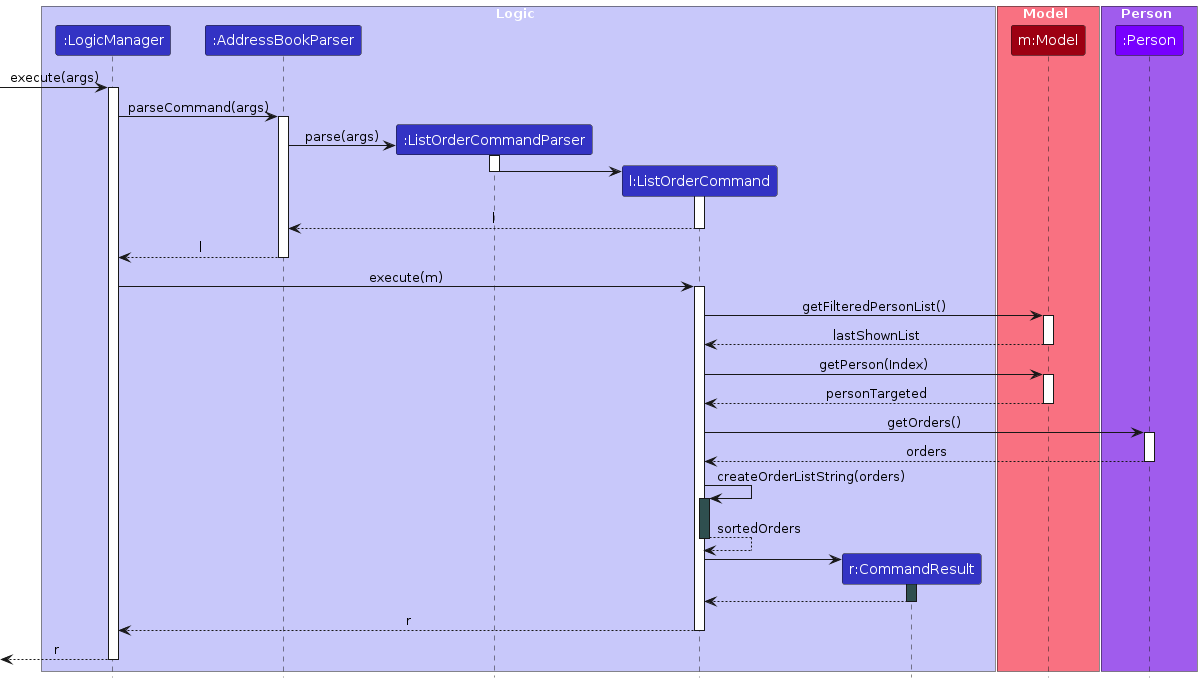
AY2324S2-CS2103T-T16-3/tp keeps this PlantUML diagram as diagrams/ListOrderSequenceDiagram.png. Above is the earlier version. Its source is kept beside it as diagrams/ListOrderSequenceDiagram.puml.
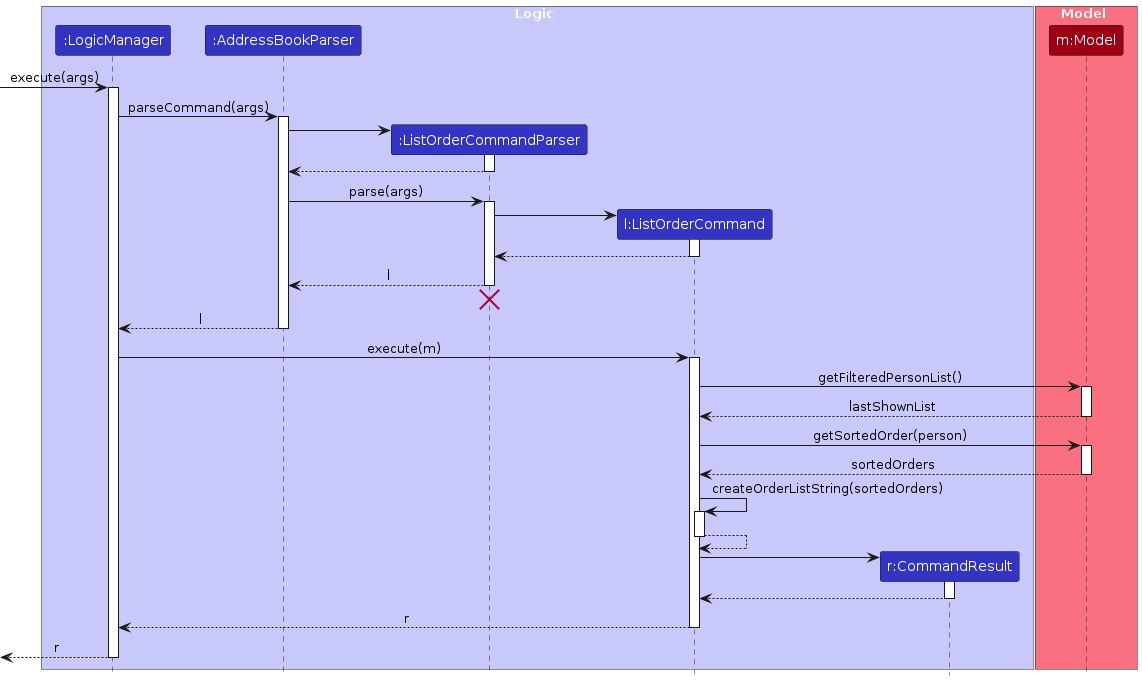
Above is the later version.

Diff of the diagram source:
```diff
@@ -14,9 +14,7 @@
 participant "m:Model" as Model MODEL_COLOR
 end box
 
-box Person PERSON_COLOR_T1
-participant ":Person" as Person PERSON_COLOR
-end box
+
 
 [-> LogicManager : execute(args)
 activate LogicManager
@@ -25,6 +23,12 @@
 activate AddressBookParser
 
 create ListOrderCommandParser
+AddressBookParser -> ListOrderCommandParser
+activate ListOrderCommandParser
+
+ListOrderCommandParser --> AddressBookParser
+deactivate ListOrderCommandParser
+
 AddressBookParser -> ListOrderCommandParser : parse(args)
 activate ListOrderCommandParser
 
@@ -32,10 +36,14 @@
 create ListOrderCommand
 ListOrderCommandParser -> ListOrderCommand :
 activate ListOrderCommand
+
+ListOrderCommand --> ListOrderCommandParser :
+deactivate ListOrderCommand
+
+ListOrderCommandParser --> AddressBookParser : l
 deactivate ListOrderCommandParser
-
-ListOrderCommand --> AddressBookParser : l
-deactivate ListOrderCommand
+ListOrderCommandParser -[hidden]-> AddressBookParser
+destroy ListOrderCommandParser
 
 AddressBookParser --> LogicManager : l
 deactivate AddressBookParser
@@ -49,28 +57,22 @@
 Model --> ListOrderCommand : lastShownList
 deactivate Model
 
-ListOrderCommand -> Model : getPerson(Index)
+ListOrderCommand -> Model : getSortedOrder(person)
 activate Model
 
-Model --> ListOrderCommand : personTargeted
+Model --> ListOrderCommand : sortedOrders
 deactivate Model
 
-ListOrderCommand -> Person : getOrders()
-activate Person
-
-Person --> ListOrderCommand : orders
-deactivate Person
-
-ListOrderCommand -> ListOrderCommand : createOrderListString(orders)
-activate ListOrderCommand #DarkSlateGray
-ListOrderCommand --> ListOrderCommand : sortedOrders
-deactivate ListOrderCommand #DarkSlateGray
+ListOrderCommand -> ListOrderCommand : createOrderListString(sortedOrders)
+activate ListOrderCommand
+ListOrderCommand --> ListOrderCommand :
+deactivate ListOrderCommand
 
 create CommandResult
 ListOrderCommand -> CommandResult :
-activate CommandResult #DarkSlateGray
+activate CommandResult
 CommandResult --> ListOrderCommand
-deactivate CommandResult #DarkSlateGray
+deactivate CommandResult
 
 ListOrderCommand --> LogicManager : r
 deactivate ListOrderCommand
```
